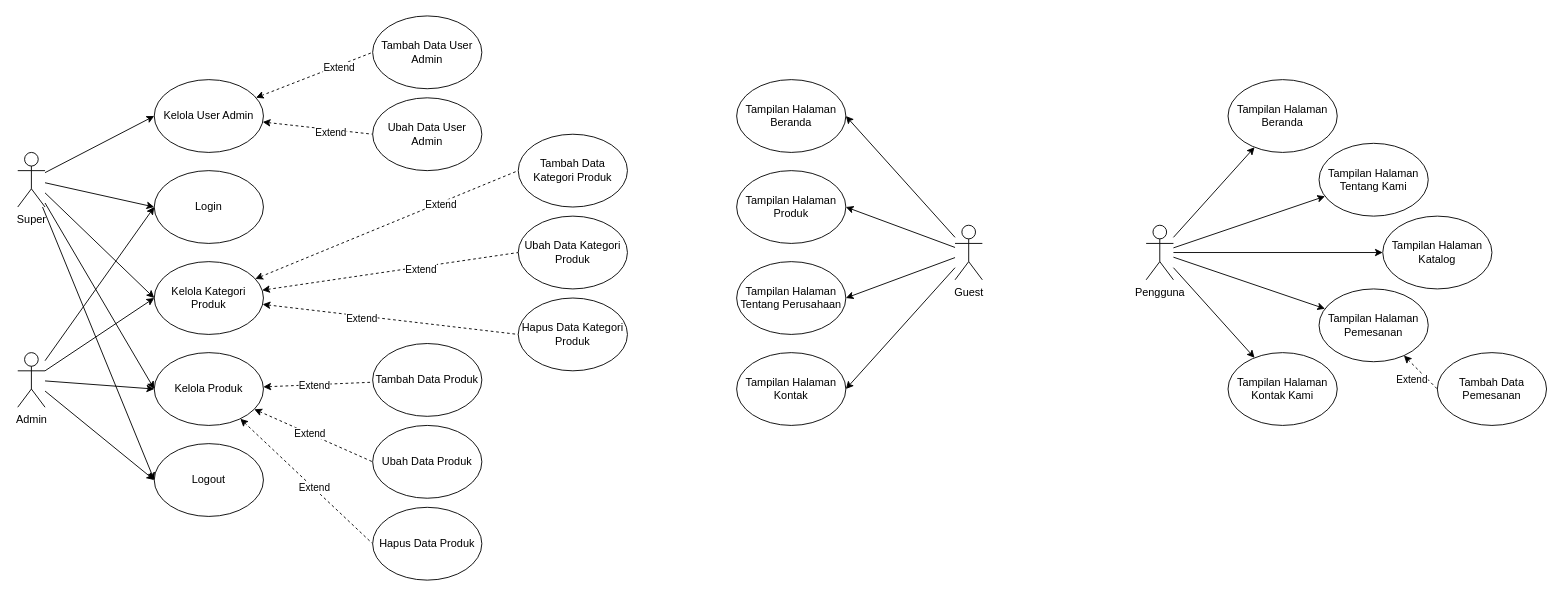
brogangin/brogangin-resolusi keeps this draw.io diagram as Use Case Diagram KP.drawio. Above is the earlier version. Source tidied: cells renumbered, new cells numbered last; positions are measured from the earlier drawing's top-left corner, leaving out a move shared by most shapes. Both pictures are drawn from the tidied source at 91%, with x=0, y=0 at pixel (17, 15).
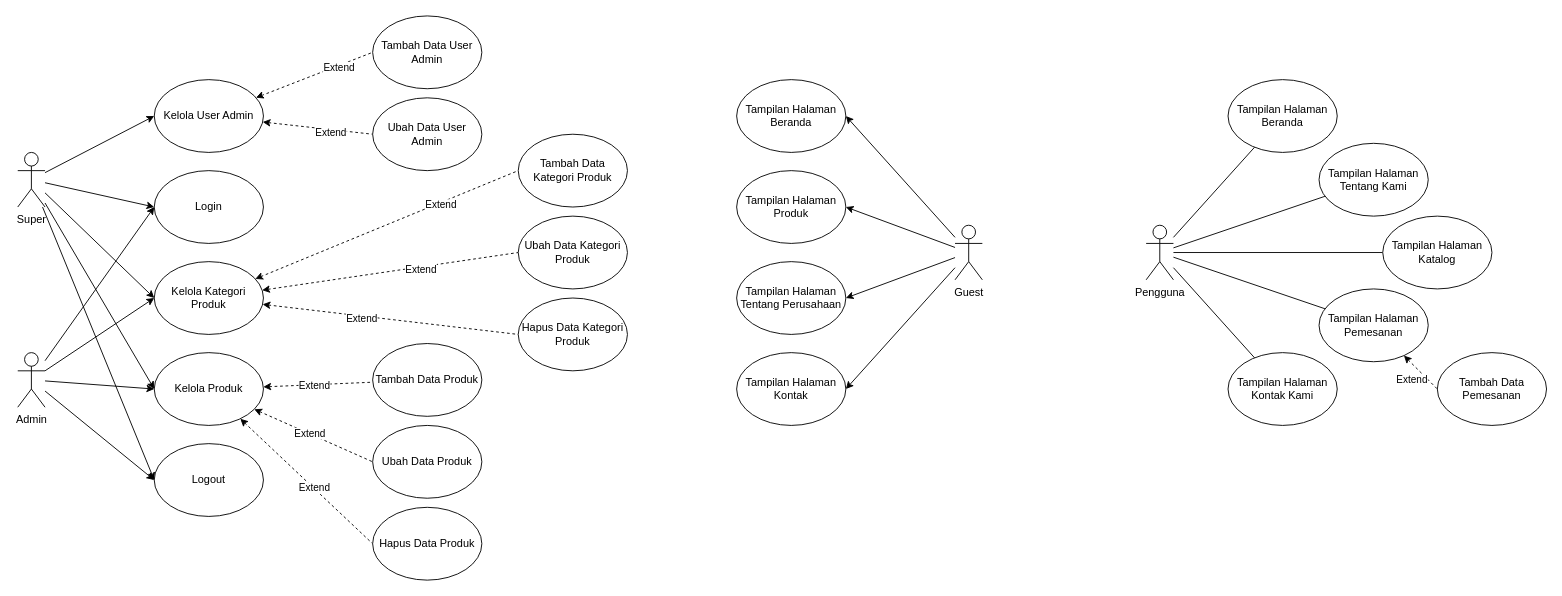
After the change.

Unchanged cells that the change refers to:
```xml
<mxCell id="56" value="Pengguna" style="shape=umlActor;verticalLabelPosition=bottom;verticalAlign=top;html=1;" parent="1" vertex="1">
  <mxGeometry x="1240" y="230" width="30" height="60" as="geometry" />
</mxCell>
<mxCell id="57" value="Tampilan Halaman Katalog" style="ellipse;whiteSpace=wrap;html=1;" parent="1" vertex="1">
  <mxGeometry x="1500" y="220" width="120" height="80" as="geometry" />
</mxCell>
<mxCell id="58" value="Tampilan Halaman Tentang Kami" style="ellipse;whiteSpace=wrap;html=1;" parent="1" vertex="1">
  <mxGeometry x="1430" y="140" width="120" height="80" as="geometry" />
</mxCell>
<mxCell id="59" value="Tampilan Halaman Beranda" style="ellipse;whiteSpace=wrap;html=1;" parent="1" vertex="1">
  <mxGeometry x="1330" y="70" width="120" height="80" as="geometry" />
</mxCell>
<mxCell id="60" value="Tampilan Halaman Pemesanan" style="ellipse;whiteSpace=wrap;html=1;" parent="1" vertex="1">
  <mxGeometry x="1430" y="300" width="120" height="80" as="geometry" />
</mxCell>
<mxCell id="61" value="Tampilan Halaman Kontak Kami" style="ellipse;whiteSpace=wrap;html=1;" parent="1" vertex="1">
  <mxGeometry x="1330" y="370" width="120" height="80" as="geometry" />
</mxCell>
```

The edit, as a diff of the source:
```diff
@@
-    <mxCell id="51" style="rounded=0;jettySize=auto;html=1;" parent="1" edge="1" source="56" target="59">
+    <mxCell id="51" style="rounded=0;jettySize=auto;html=1;endArrow=none;endFill=0;" parent="1" edge="1" source="56" target="59">
       <mxGeometry relative="1" as="geometry" />
     </mxCell>
-    <mxCell id="52" style="rounded=0;jettySize=auto;html=1;" parent="1" edge="1" source="56" target="58">
+    <mxCell id="52" style="rounded=0;jettySize=auto;html=1;endArrow=none;endFill=0;" parent="1" edge="1" source="56" target="58">
       <mxGeometry relative="1" as="geometry" />
     </mxCell>
-    <mxCell id="53" style="rounded=0;jettySize=auto;html=1;" parent="1" edge="1" source="56" target="57">
+    <mxCell id="53" style="rounded=0;jettySize=auto;html=1;endArrow=none;endFill=0;" parent="1" edge="1" source="56" target="57">
       <mxGeometry relative="1" as="geometry" />
     </mxCell>
-    <mxCell id="54" style="rounded=0;jettySize=auto;html=1;" parent="1" edge="1" source="56" target="60">
+    <mxCell id="54" style="rounded=0;jettySize=auto;html=1;endArrow=none;endFill=0;" parent="1" edge="1" source="56" target="60">
       <mxGeometry relative="1" as="geometry" />
     </mxCell>
-    <mxCell id="55" style="rounded=0;jettySize=auto;html=1;" parent="1" edge="1" source="56" target="61">
+    <mxCell id="55" style="rounded=0;jettySize=auto;html=1;endArrow=none;endFill=0;" parent="1" edge="1" source="56" target="61">
       <mxGeometry relative="1" as="geometry" />
     </mxCell>
```
